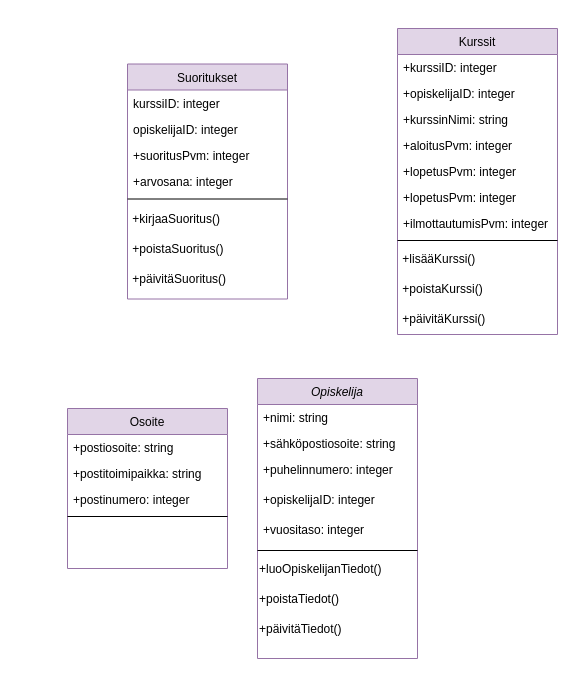
PinjaCare/UML-kaaviot keeps this draw.io diagram as Harjoitus1.drawio. Above is the earlier version. Source tidied: cells renumbered, new cells numbered last; positions are measured from the earlier drawing's top-left corner, leaving out a move shared by most shapes. Both pictures are drawn from the tidied source at 100%, with x=0, y=0 at pixel (67, 28).
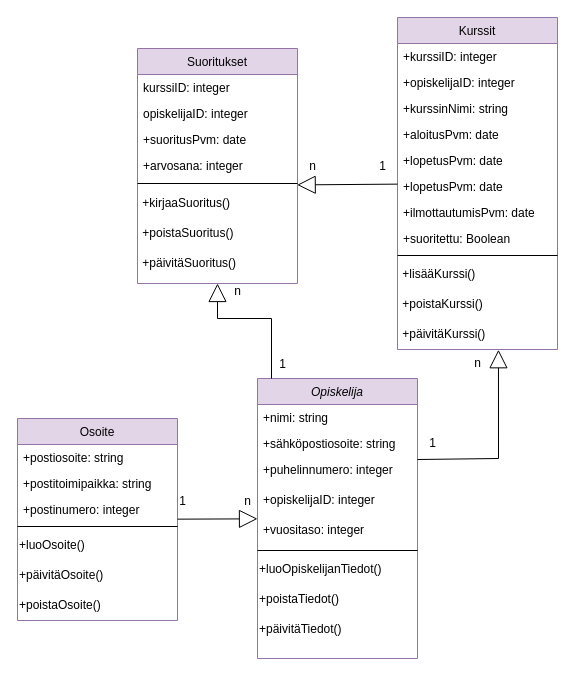
The same page after the edit.

The change refers to these unchanged cells:
```xml
<mxCell id="2" value="Opiskelija" style="swimlane;fontStyle=2;align=center;verticalAlign=top;horizontal=1;startSize=26;rounded=0;shadow=0;strokeWidth=1;fillColor=#e1d5e7;strokeColor=#9673a6;" parent="1" vertex="1">
  <mxGeometry x="190" y="350" width="160" height="280" as="geometry" />
</mxCell>
<mxCell id="34" style="line;html=1;strokeWidth=1;align=left;verticalAlign=middle;spacingTop=-1;spacingLeft=3;spacingRight=3;labelPosition=right;points=[];portConstraint=eastwest;" parent="29" vertex="1">
  <mxGeometry y="130" width="160" height="10" as="geometry" />
</mxCell>
```

The edit, as a diff of the source:
```diff
@@
+    <mxCell id="38" style="endArrow=block;endSize=16;endFill=0;html=1;rounded=0;entryX=0.5;entryY=1;entryDx=0;entryDy=0;" parent="2" edge="1" target="29">
+      <mxGeometry relative="1" as="geometry">
+        <mxPoint x="14" as="sourcePoint" />
+        <Array as="points">
+          <mxPoint x="14" y="-60" />
+          <mxPoint x="-40" y="-60" />
+        </Array>
+      </mxGeometry>
+    </mxCell>
@@
     <mxCell id="12" value="Osoite" style="swimlane;fontStyle=0;align=center;verticalAlign=top;horizontal=1;startSize=26;rounded=0;shadow=0;strokeWidth=1;fillColor=#e1d5e7;strokeColor=#9673a6;" parent="1" vertex="1">
-      <mxGeometry y="380" width="160" height="160" as="geometry" />
+      <mxGeometry x="-50" y="390" width="160" height="202" as="geometry" />
     </mxCell>
@@
+    <mxCell id="39" value="+luoOsoite()" style="text;html=1;align=left;verticalAlign=middle;strokeColor=none;fillColor=none;" parent="12" vertex="1">
+      <mxGeometry y="112" width="160" height="30" as="geometry" />
+    </mxCell>
+    <mxCell id="40" value="+päivitäOsoite()" style="text;html=1;align=left;verticalAlign=middle;strokeColor=none;fillColor=none;" parent="12" vertex="1">
+      <mxGeometry y="142" width="160" height="30" as="geometry" />
+    </mxCell>
+    <mxCell id="41" value="+poistaOsoite()" style="text;html=1;align=left;verticalAlign=middle;strokeColor=none;fillColor=none;" parent="12" vertex="1">
+      <mxGeometry y="172" width="160" height="30" as="geometry" />
+    </mxCell>
     <mxCell id="17" value="Kurssit" style="swimlane;fontStyle=0;align=center;verticalAlign=top;horizontal=1;startSize=26;rounded=0;shadow=0;strokeWidth=1;fillColor=#e1d5e7;strokeColor=#9673a6;" parent="1" vertex="1">
-      <mxGeometry x="330" width="160" height="306" as="geometry" />
+      <mxGeometry x="330" y="-11" width="160" height="332" as="geometry" />
     </mxCell>
@@
-    <mxCell id="21" value="+aloitusPvm: integer" style="text;align=left;verticalAlign=top;spacingLeft=4;spacingRight=4;overflow=hidden;rounded=0;shadow=0;html=0;" parent="17" vertex="1">
+    <mxCell id="21" value="+aloitusPvm: date" style="text;align=left;verticalAlign=top;spacingLeft=4;spacingRight=4;overflow=hidden;rounded=0;shadow=0;html=0;" parent="17" vertex="1">
       <mxGeometry y="104" width="160" height="26" as="geometry" />
     </mxCell>
-    <mxCell id="22" value="+lopetusPvm: integer" style="text;align=left;verticalAlign=top;spacingLeft=4;spacingRight=4;overflow=hidden;rounded=0;shadow=0;html=0;" parent="17" vertex="1">
+    <mxCell id="22" value="+lopetusPvm: date" style="text;align=left;verticalAlign=top;spacingLeft=4;spacingRight=4;overflow=hidden;rounded=0;shadow=0;html=0;" parent="17" vertex="1">
       <mxGeometry y="130" width="160" height="26" as="geometry" />
     </mxCell>
-    <mxCell id="23" value="+lopetusPvm: integer" style="text;align=left;verticalAlign=top;spacingLeft=4;spacingRight=4;overflow=hidden;rounded=0;shadow=0;html=0;" parent="17" vertex="1">
+    <mxCell id="23" value="+lopetusPvm: date" style="text;align=left;verticalAlign=top;spacingLeft=4;spacingRight=4;overflow=hidden;rounded=0;shadow=0;html=0;" parent="17" vertex="1">
       <mxGeometry y="156" width="160" height="26" as="geometry" />
     </mxCell>
-    <mxCell id="24" value="+ilmottautumisPvm: integer" style="text;align=left;verticalAlign=top;spacingLeft=4;spacingRight=4;overflow=hidden;rounded=0;shadow=0;html=0;" parent="17" vertex="1">
+    <mxCell id="24" value="+ilmottautumisPvm: date" style="text;align=left;verticalAlign=top;spacingLeft=4;spacingRight=4;overflow=hidden;rounded=0;shadow=0;html=0;" parent="17" vertex="1">
       <mxGeometry y="182" width="160" height="26" as="geometry" />
     </mxCell>
+    <mxCell id="42" value="+suoritettu: Boolean" style="text;align=left;verticalAlign=top;spacingLeft=4;spacingRight=4;overflow=hidden;rounded=0;shadow=0;html=0;" parent="17" vertex="1">
+      <mxGeometry y="208" width="160" height="26" as="geometry" />
+    </mxCell>
     <mxCell id="25" style="line;html=1;strokeWidth=1;align=left;verticalAlign=middle;spacingTop=-1;spacingLeft=3;spacingRight=3;labelPosition=right;" parent="17" vertex="1">
-      <mxGeometry y="208" width="160" height="8" as="geometry" />
+      <mxGeometry y="234" width="160" height="8" as="geometry" />
     </mxCell>
     <mxCell id="26" value="&amp;nbsp;+lisääKurssi()" style="text;html=1;align=left;verticalAlign=middle;strokeColor=none;fillColor=none;" parent="17" vertex="1">
-      <mxGeometry y="216" width="160" height="30" as="geometry" />
+      <mxGeometry y="242" width="160" height="30" as="geometry" />
     </mxCell>
     <mxCell id="27" value="&amp;nbsp;+poistaKurssi()" style="text;html=1;align=left;verticalAlign=middle;strokeColor=none;fillColor=none;" parent="17" vertex="1">
-      <mxGeometry y="246" width="160" height="30" as="geometry" />
+      <mxGeometry y="272" width="160" height="30" as="geometry" />
     </mxCell>
     <mxCell id="28" value="&amp;nbsp;+päivitäKurssi()" style="text;html=1;align=left;verticalAlign=middle;points=[];strokeColor=none;fillColor=none;" parent="17" vertex="1">
-      <mxGeometry y="276" width="160" height="30" as="geometry" />
+      <mxGeometry y="302" width="160" height="30" as="geometry" />
     </mxCell>
     <mxCell id="29" value="Suoritukset" style="swimlane;fontStyle=0;align=center;verticalAlign=top;horizontal=1;startSize=26;rounded=0;shadow=0;strokeWidth=1;fillColor=#e1d5e7;strokeColor=#9673a6;" parent="1" vertex="1">
-      <mxGeometry x="60" y="35.5" width="160" height="235" as="geometry" />
+      <mxGeometry x="70" y="20" width="160" height="235" as="geometry" />
     </mxCell>
@@
-    <mxCell id="32" value="+suoritusPvm: integer" style="text;align=left;verticalAlign=top;spacingLeft=4;spacingRight=4;overflow=hidden;rounded=0;shadow=0;html=0;" parent="29" vertex="1">
+    <mxCell id="32" value="+suoritusPvm: date" style="text;align=left;verticalAlign=top;spacingLeft=4;spacingRight=4;overflow=hidden;rounded=0;shadow=0;html=0;" parent="29" vertex="1">
       <mxGeometry y="78" width="160" height="26" as="geometry" />
     </mxCell>
@@
+    <mxCell id="43" style="endArrow=block;endSize=16;endFill=0;html=1;rounded=0;" parent="1" edge="1" source="12" target="2">
+      <mxGeometry relative="1" as="geometry" />
+    </mxCell>
+    <mxCell id="44" value="1" style="text;html=1;align=center;verticalAlign=middle;strokeColor=none;fillColor=none;" parent="1" vertex="1">
+      <mxGeometry x="100" y="458" width="30" height="30" as="geometry" />
+    </mxCell>
+    <mxCell id="45" value="n" style="text;html=1;align=center;verticalAlign=middle;strokeColor=none;fillColor=none;" parent="1" vertex="1">
+      <mxGeometry x="165" y="458" width="30" height="30" as="geometry" />
+    </mxCell>
+    <mxCell id="46" value="1" style="text;html=1;align=center;verticalAlign=middle;strokeColor=none;fillColor=none;" parent="1" vertex="1">
+      <mxGeometry x="200" y="321" width="30" height="30" as="geometry" />
+    </mxCell>
+    <mxCell id="47" value="n" style="text;html=1;align=center;verticalAlign=middle;strokeColor=none;fillColor=none;" parent="1" vertex="1">
+      <mxGeometry x="155" y="248" width="30" height="30" as="geometry" />
+    </mxCell>
+    <mxCell id="48" style="endArrow=block;endSize=16;endFill=0;html=1;rounded=0;entryX=0.998;entryY=0.641;entryDx=0;entryDy=0;entryPerimeter=0;" parent="1" edge="1" source="17" target="34">
+      <mxGeometry relative="1" as="geometry" />
+    </mxCell>
+    <mxCell id="49" value="1" style="text;html=1;align=center;verticalAlign=middle;strokeColor=none;fillColor=none;" parent="1" vertex="1">
+      <mxGeometry x="300" y="122.5" width="30" height="30" as="geometry" />
+    </mxCell>
+    <mxCell id="50" value="n" style="text;html=1;align=center;verticalAlign=middle;strokeColor=none;fillColor=none;" parent="1" vertex="1">
+      <mxGeometry x="230" y="122.5" width="30" height="30" as="geometry" />
+    </mxCell>
+    <mxCell id="51" style="endArrow=block;endSize=16;endFill=0;html=1;rounded=0;entryX=0.631;entryY=1.008;entryDx=0;entryDy=0;entryPerimeter=0;" parent="1" edge="1" target="28">
+      <mxGeometry relative="1" as="geometry">
+        <mxPoint x="350" y="431" as="sourcePoint" />
+        <Array as="points">
+          <mxPoint x="431" y="430" />
+        </Array>
+      </mxGeometry>
+    </mxCell>
+    <mxCell id="52" value="1" style="text;html=1;align=center;verticalAlign=middle;strokeColor=none;fillColor=none;" parent="1" vertex="1">
+      <mxGeometry x="350" y="400" width="30" height="30" as="geometry" />
+    </mxCell>
+    <mxCell id="53" value="n" style="text;html=1;align=center;verticalAlign=middle;strokeColor=none;fillColor=none;" parent="1" vertex="1">
+      <mxGeometry x="395" y="320" width="30" height="30" as="geometry" />
+    </mxCell>
```
